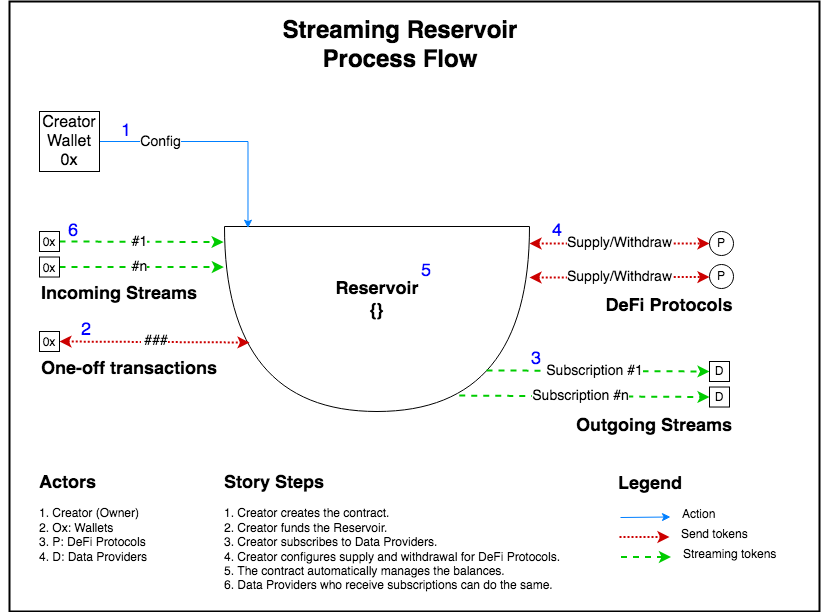
Above: assets/reservoirflow.png in chaine-io/reservoir (draw.io), before the change. Source tidied: cells renumbered, new cells last; positions are measured from the earlier drawing's top-left corner, leaving out a move shared by most shapes.
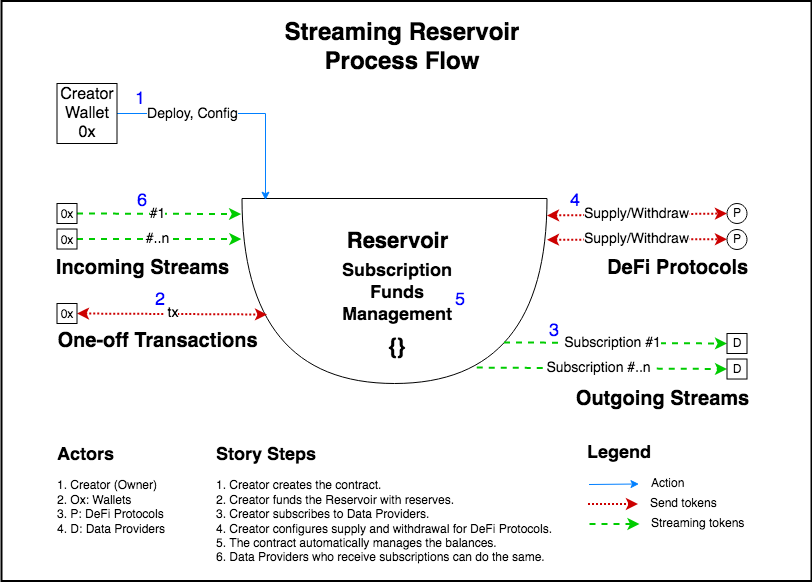
Above is the later version.

Commit message:
Fine tune flow diagram

The edit, as a diff of the source:
```diff
@@ -3,37 +3,39 @@
     <mxCell id="0" />
     <mxCell id="1" parent="0" />
     <mxCell id="2" style="rounded=0;whiteSpace=wrap;html=1;strokeWidth=2;fillColor=none;strokeColor=default;" parent="1" vertex="1">
-      <mxGeometry x="9" width="810" height="610" as="geometry" />
+      <mxGeometry x="-321" y="27.5" width="810" height="580" as="geometry" />
     </mxCell>
     <mxCell id="3" value="&lt;div style=&quot;font-size: 18px&quot; align=&quot;left&quot;&gt;&lt;font style=&quot;font-size: 18px&quot; color=&quot;#0000FF&quot;&gt;1&lt;/font&gt;&lt;/div&gt;" style="text;html=1;strokeColor=none;fillColor=none;align=left;verticalAlign=middle;whiteSpace=wrap;rounded=0;" parent="1" vertex="1">
-      <mxGeometry x="119" y="120" width="20" height="20" as="geometry" />
+      <mxGeometry x="-189.5" y="116" width="20" height="20" as="geometry" />
     </mxCell>
     <mxCell id="4" value="&lt;font style=&quot;font-size: 18px&quot; color=&quot;#0000FF&quot;&gt;2&lt;/font&gt;" style="text;html=1;strokeColor=none;fillColor=none;align=left;verticalAlign=middle;whiteSpace=wrap;rounded=0;" parent="1" vertex="1">
-      <mxGeometry x="79" y="319" width="30" height="20" as="geometry" />
+      <mxGeometry x="-169.5" y="317" width="20" height="20" as="geometry" />
     </mxCell>
     <mxCell id="5" value="&lt;font style=&quot;font-size: 18px&quot; color=&quot;#0000FF&quot;&gt;3&lt;/font&gt;" style="text;html=1;strokeColor=none;fillColor=none;align=left;verticalAlign=middle;whiteSpace=wrap;rounded=0;" parent="1" vertex="1">
-      <mxGeometry x="529" y="343" width="20" height="30" as="geometry" />
+      <mxGeometry x="224.5" y="343" width="20" height="30" as="geometry" />
     </mxCell>
     <mxCell id="6" value="&lt;font style=&quot;font-size: 18px&quot; color=&quot;#0000FF&quot;&gt;4&lt;/font&gt;" style="text;html=1;strokeColor=none;fillColor=none;align=left;verticalAlign=middle;whiteSpace=wrap;rounded=0;" parent="1" vertex="1">
-      <mxGeometry x="550" y="220" width="20" height="20" as="geometry" />
+      <mxGeometry x="245.5" y="218" width="20" height="20" as="geometry" />
     </mxCell>
     <mxCell id="7" value="&lt;font style=&quot;font-size: 18px&quot; color=&quot;#0000FF&quot;&gt;5, 6b&lt;/font&gt;" style="text;html=1;strokeColor=none;fillColor=none;align=left;verticalAlign=middle;whiteSpace=wrap;rounded=0;" parent="1" vertex="1">
-      <mxGeometry x="279" y="250" width="60" height="20" as="geometry" />
+      <mxGeometry x="-25.5" y="250" width="60" height="20" as="geometry" />
     </mxCell>
     <mxCell id="8" value="&lt;font style=&quot;font-size: 18px&quot; color=&quot;#0000FF&quot;&gt;6&lt;/font&gt;" style="text;html=1;strokeColor=none;fillColor=none;align=left;verticalAlign=middle;whiteSpace=wrap;rounded=0;" parent="1" vertex="1">
-      <mxGeometry x="65.8" y="220" width="33.2" height="20" as="geometry" />
+      <mxGeometry x="-186.8" y="218" width="23.2" height="20" as="geometry" />
     </mxCell>
     <mxCell id="9" style="shape=or;whiteSpace=wrap;html=1;rotation=90;" parent="1" vertex="1">
-      <mxGeometry x="284" y="165" width="185" height="305" as="geometry" />
+      <mxGeometry x="-20.5" y="165" width="185" height="305" as="geometry" />
     </mxCell>
     <mxCell id="10" style="edgeStyle=orthogonalEdgeStyle;rounded=0;jettySize=auto;html=1;exitX=1;exitY=0.5;exitDx=0;exitDy=0;entryX=0.009;entryY=0.923;entryDx=0;entryDy=0;entryPerimeter=0;strokeColor=#007FFF;" parent="1" edge="1" source="12" target="9">
       <mxGeometry relative="1" as="geometry" />
     </mxCell>
-    <mxCell id="11" value="&lt;font style=&quot;font-size: 14px&quot;&gt;Config&lt;br&gt;&lt;/font&gt;" style="edgeLabel;html=1;align=center;verticalAlign=middle;" parent="10" vertex="1">
-      <mxGeometry x="-0.49" relative="1" as="geometry" />
+    <mxCell id="11" value="&lt;font style=&quot;font-size: 14px&quot;&gt;Deploy, Config&lt;br&gt;&lt;/font&gt;" style="edgeLabel;html=1;align=center;verticalAlign=middle;" parent="10" vertex="1">
+      <mxGeometry x="-0.49" relative="1" as="geometry">
+        <mxPoint x="15" as="offset" />
+      </mxGeometry>
     </mxCell>
     <mxCell id="12" value="&lt;font style=&quot;font-size: 16px&quot;&gt;&lt;font style=&quot;font-size: 16px&quot;&gt;Creator Wallet&lt;/font&gt;&lt;br&gt;0x&lt;/font&gt;&lt;font style=&quot;font-size: 16px&quot;&gt;&lt;font style=&quot;font-size: 16px&quot;&gt;&lt;br&gt;&lt;/font&gt;&lt;/font&gt;" style="rounded=0;whiteSpace=wrap;html=1;" parent="1" vertex="1">
-      <mxGeometry x="39" y="110" width="60" height="60" as="geometry" />
+      <mxGeometry x="-265.5" y="110" width="60" height="60" as="geometry" />
     </mxCell>
     <mxCell id="13" style="endArrow=classic;html=1;dashed=1;strokeColor=#00CC00;strokeWidth=2;exitX=1;exitY=0.5;exitDx=0;exitDy=0;entryX=0.084;entryY=1.003;entryDx=0;entryDy=0;entryPerimeter=0;" parent="1" edge="1" source="23" target="9">
       <mxGeometry relative="1" as="geometry" />
@@ -44,55 +46,40 @@
     <mxCell id="15" style="endArrow=classic;html=1;dashed=1;strokeColor=#00CC00;strokeWidth=2;exitX=1;exitY=0.5;exitDx=0;exitDy=0;entryX=0.219;entryY=1.002;entryDx=0;entryDy=0;entryPerimeter=0;" parent="1" edge="1" source="22" target="9">
       <mxGeometry relative="1" as="geometry" />
     </mxCell>
-    <mxCell id="16" value="&lt;font style=&quot;font-size: 14px&quot;&gt;#n&lt;/font&gt;" style="edgeLabel;html=1;align=center;verticalAlign=middle;" parent="15" vertex="1">
+    <mxCell id="16" value="&lt;font style=&quot;font-size: 14px&quot;&gt;#..n&lt;/font&gt;" style="edgeLabel;html=1;align=center;verticalAlign=middle;" parent="15" vertex="1">
       <mxGeometry x="-0.03" relative="1" as="geometry" />
     </mxCell>
     <mxCell id="17" value="&lt;h1 align=&quot;center&quot;&gt;Streaming Reservoir&lt;br&gt;Process Flow&lt;br&gt;&lt;/h1&gt;&lt;p align=&quot;center&quot;&gt;&lt;br&gt;&lt;br&gt;&lt;/p&gt;" style="text;html=1;strokeColor=none;fillColor=none;spacing=5;spacingTop=-20;whiteSpace=wrap;overflow=hidden;rounded=0;hachureGap=4;align=center;" parent="1" vertex="1">
-      <mxGeometry y="10" width="800" height="70" as="geometry" />
+      <mxGeometry x="-320.5" y="40" width="800" height="70" as="geometry" />
     </mxCell>
-    <mxCell id="18" value="&lt;div align=&quot;left&quot;&gt;&lt;h4&gt;&lt;font style=&quot;font-size: 14px;&quot;&gt;&lt;b&gt;&lt;font style=&quot;font-size: 18px&quot;&gt;Incoming Streams&lt;/font&gt;&lt;/b&gt;&lt;/font&gt;&lt;/h4&gt;&lt;/div&gt;" style="text;html=1;strokeColor=none;fillColor=none;align=center;verticalAlign=middle;whiteSpace=wrap;rounded=0;" parent="1" vertex="1">
-      <mxGeometry x="39" y="283" width="160" height="20" as="geometry" />
-    </mxCell>
-    <mxCell id="19" value="&amp;nbsp;&lt;font style=&quot;font-size: 14px&quot;&gt;###&lt;br&gt;&lt;/font&gt;" style="startArrow=classic;endArrow=classic;html=1;strokeColor=#CC0000;strokeWidth=2;dashed=1;dashPattern=1 1;exitX=1;exitY=0.5;exitDx=0;exitDy=0;" parent="1" edge="1" source="21">
+    <mxCell id="19" value="&amp;nbsp;&lt;font style=&quot;font-size: 14px&quot;&gt;tx&lt;br&gt;&lt;/font&gt;" style="startArrow=classic;endArrow=classic;html=1;strokeColor=#CC0000;strokeWidth=2;dashed=1;dashPattern=1 1;exitX=1;exitY=0.5;exitDx=0;exitDy=0;" parent="1" edge="1" source="21">
       <mxGeometry relative="1" as="geometry">
-        <mxPoint x="249" y="341" as="targetPoint" />
+        <mxPoint x="-55.5" y="341" as="targetPoint" />
       </mxGeometry>
     </mxCell>
-    <mxCell id="20" value="&lt;div align=&quot;left&quot;&gt;&lt;h4&gt;&lt;b&gt;&lt;font style=&quot;font-size: 18px&quot;&gt;One-off transactions&lt;br&gt;&lt;/font&gt;&lt;/b&gt;&lt;/h4&gt;&lt;/div&gt;" style="text;html=1;strokeColor=none;fillColor=none;align=center;verticalAlign=middle;whiteSpace=wrap;rounded=0;" parent="1" vertex="1">
-      <mxGeometry x="39" y="358" width="180" height="20" as="geometry" />
-    </mxCell>
     <mxCell id="21" value="&lt;font style=&quot;font-size: 12px;&quot;&gt;0x&lt;/font&gt;&lt;font style=&quot;font-size: 16px&quot;&gt;&lt;font style=&quot;font-size: 16px&quot;&gt;&lt;br&gt;&lt;/font&gt;&lt;/font&gt;" style="rounded=0;whiteSpace=wrap;html=1;" parent="1" vertex="1">
-      <mxGeometry x="39" y="330" width="20" height="20" as="geometry" />
+      <mxGeometry x="-265.5" y="330" width="20" height="20" as="geometry" />
     </mxCell>
     <mxCell id="22" value="&lt;font style=&quot;font-size: 12px;&quot;&gt;0x&lt;/font&gt;&lt;font style=&quot;font-size: 16px&quot;&gt;&lt;font style=&quot;font-size: 16px&quot;&gt;&lt;br&gt;&lt;/font&gt;&lt;/font&gt;" style="rounded=0;whiteSpace=wrap;html=1;" parent="1" vertex="1">
-      <mxGeometry x="39" y="255.5" width="20" height="20" as="geometry" />
+      <mxGeometry x="-265.5" y="255.5" width="20" height="20" as="geometry" />
     </mxCell>
     <mxCell id="23" value="&lt;font style=&quot;font-size: 12px;&quot;&gt;0x&lt;/font&gt;&lt;font style=&quot;font-size: 16px&quot;&gt;&lt;font style=&quot;font-size: 16px&quot;&gt;&lt;br&gt;&lt;/font&gt;&lt;/font&gt;" style="rounded=0;whiteSpace=wrap;html=1;" parent="1" vertex="1">
-      <mxGeometry x="39" y="230" width="20" height="20" as="geometry" />
+      <mxGeometry x="-265.5" y="230" width="20" height="20" as="geometry" />
     </mxCell>
     <mxCell id="24" value="&lt;font style=&quot;font-size: 12px;&quot;&gt;P&lt;/font&gt;" style="ellipse;whiteSpace=wrap;html=1;" parent="1" vertex="1">
-      <mxGeometry x="709" y="230" width="24" height="24" as="geometry" />
+      <mxGeometry x="404.5" y="230" width="20" height="20" as="geometry" />
     </mxCell>
-    <mxCell id="25" value="&lt;font style=&quot;font-size: 12px;&quot;&gt;P&lt;/font&gt;" style="ellipse;whiteSpace=wrap;html=1;" parent="1" vertex="1">
-      <mxGeometry x="709" y="263" width="24" height="24" as="geometry" />
-    </mxCell>
     <mxCell id="26" value="&lt;font style=&quot;font-size: 14px&quot;&gt;Supply/Withdraw&lt;br&gt;&lt;/font&gt;" style="startArrow=classic;endArrow=classic;html=1;strokeColor=#CC0000;strokeWidth=2;dashed=1;dashPattern=1 1;entryX=0;entryY=0.5;entryDx=0;entryDy=0;" parent="1" edge="1" target="24">
       <mxGeometry relative="1" as="geometry">
-        <mxPoint x="529" y="242" as="sourcePoint" />
+        <mxPoint x="224.5" y="242" as="sourcePoint" />
       </mxGeometry>
     </mxCell>
     <mxCell id="27" value="&lt;font style=&quot;font-size: 14px&quot;&gt;Supply/Withdraw&lt;/font&gt;" style="startArrow=classic;endArrow=classic;html=1;strokeColor=#CC0000;strokeWidth=2;dashed=1;dashPattern=1 1;entryX=0;entryY=0.5;entryDx=0;entryDy=0;" parent="1" edge="1">
       <mxGeometry relative="1" as="geometry">
-        <mxPoint x="529" y="276" as="sourcePoint" />
-        <mxPoint x="709" y="275.5" as="targetPoint" />
+        <mxPoint x="224.5" y="266.2" as="sourcePoint" />
+        <mxPoint x="404.5" y="265.8" as="targetPoint" />
       </mxGeometry>
     </mxCell>
-    <mxCell id="28" value="&lt;div align=&quot;right&quot;&gt;&lt;h4&gt;&lt;b&gt;&lt;font style=&quot;font-size: 18px&quot;&gt;DeFi Protocols&lt;br&gt;&lt;/font&gt;&lt;/b&gt;&lt;/h4&gt;&lt;/div&gt;" style="text;html=1;strokeColor=none;fillColor=none;align=center;verticalAlign=middle;whiteSpace=wrap;rounded=0;" parent="1" vertex="1">
-      <mxGeometry x="589" y="295" width="160" height="20" as="geometry" />
-    </mxCell>
-    <mxCell id="29" value="&lt;h2&gt;&lt;font style=&quot;font-size: 14px;&quot;&gt;&lt;b&gt;&lt;font style=&quot;font-size: 18px&quot;&gt;Reservoir&lt;br&gt;{}&lt;/font&gt;&lt;/b&gt;&lt;/font&gt;&lt;/h2&gt;" style="text;html=1;strokeColor=none;fillColor=none;align=center;verticalAlign=middle;whiteSpace=wrap;rounded=0;" parent="1" vertex="1">
-      <mxGeometry x="326.5" y="280" width="100" height="37" as="geometry" />
-    </mxCell>
     <mxCell id="30" style="endArrow=classic;html=1;dashed=1;strokeColor=#00CC00;strokeWidth=2;exitX=0.778;exitY=0.141;exitDx=0;exitDy=0;entryX=0;entryY=0.5;entryDx=0;entryDy=0;exitPerimeter=0;" parent="1" edge="1" source="9" target="35">
       <mxGeometry relative="1" as="geometry" />
     </mxCell>
@@ -102,56 +89,74 @@
     <mxCell id="32" style="endArrow=classic;html=1;dashed=1;strokeColor=#00CC00;strokeWidth=2;exitX=0.914;exitY=0.23;exitDx=0;exitDy=0;entryX=0;entryY=0.5;entryDx=0;entryDy=0;exitPerimeter=0;" parent="1" edge="1" source="9" target="36">
       <mxGeometry relative="1" as="geometry" />
     </mxCell>
-    <mxCell id="33" value="&lt;font style=&quot;font-size: 14px&quot;&gt;&lt;font style=&quot;font-size: 14px&quot;&gt;Subscription #&lt;/font&gt;n&lt;/font&gt;" style="edgeLabel;html=1;align=center;verticalAlign=middle;" parent="32" vertex="1">
+    <mxCell id="33" value="&lt;font style=&quot;font-size: 14px&quot;&gt;&lt;font style=&quot;font-size: 14px&quot;&gt;Subscription #&lt;/font&gt;..n&lt;/font&gt;" style="edgeLabel;html=1;align=center;verticalAlign=middle;" parent="32" vertex="1">
       <mxGeometry x="-0.03" relative="1" as="geometry" />
     </mxCell>
-    <mxCell id="34" value="&lt;div align=&quot;left&quot;&gt;&lt;h4&gt;&lt;b&gt;&lt;font style=&quot;font-size: 18px&quot;&gt;Outgoing Streams&lt;br&gt;&lt;/font&gt;&lt;/b&gt;&lt;/h4&gt;&lt;/div&gt;" style="text;html=1;strokeColor=none;fillColor=none;align=center;verticalAlign=middle;whiteSpace=wrap;rounded=0;" parent="1" vertex="1">
-      <mxGeometry x="549" y="415" width="210" height="20" as="geometry" />
-    </mxCell>
     <mxCell id="35" value="D" style="rounded=0;whiteSpace=wrap;html=1;" parent="1" vertex="1">
-      <mxGeometry x="709" y="360" width="20" height="20" as="geometry" />
+      <mxGeometry x="404.5" y="360" width="20" height="20" as="geometry" />
     </mxCell>
     <mxCell id="36" value="D" style="rounded=0;whiteSpace=wrap;html=1;" parent="1" vertex="1">
-      <mxGeometry x="709" y="385.5" width="20" height="20" as="geometry" />
+      <mxGeometry x="404.5" y="385.5" width="20" height="20" as="geometry" />
     </mxCell>
     <mxCell id="37" value="&lt;b&gt;&lt;font style=&quot;font-size: 18px&quot;&gt;Legend&lt;/font&gt;&lt;/b&gt;" style="text;html=1;strokeColor=none;fillColor=none;align=center;verticalAlign=middle;whiteSpace=wrap;rounded=0;" parent="1" vertex="1">
-      <mxGeometry x="630" y="473" width="40" height="20" as="geometry" />
+      <mxGeometry x="276.5" y="470" width="40" height="20" as="geometry" />
     </mxCell>
     <mxCell id="38" style="endArrow=classic;html=1;dashed=1;strokeColor=#00CC00;strokeWidth=2;" parent="1" edge="1">
       <mxGeometry relative="1" as="geometry">
-        <mxPoint x="620.5" y="555.5" as="sourcePoint" />
-        <mxPoint x="670.5" y="555.5" as="targetPoint" />
+        <mxPoint x="267" y="550.5" as="sourcePoint" />
+        <mxPoint x="317" y="550.5" as="targetPoint" />
       </mxGeometry>
     </mxCell>
     <mxCell id="39" value="&lt;div align=&quot;left&quot;&gt;Streaming tokens&lt;/div&gt;" style="text;html=1;strokeColor=none;fillColor=none;align=left;verticalAlign=middle;whiteSpace=wrap;rounded=0;" parent="1" vertex="1">
-      <mxGeometry x="680.5" y="543" width="99" height="20" as="geometry" />
+      <mxGeometry x="327" y="540" width="99" height="20" as="geometry" />
     </mxCell>
     <mxCell id="40" style="endArrow=classic;html=1;strokeColor=#007FFF;" parent="1" edge="1">
       <mxGeometry relative="1" as="geometry">
-        <mxPoint x="620" y="516" as="sourcePoint" />
-        <mxPoint x="670" y="515.5" as="targetPoint" />
+        <mxPoint x="266.5" y="511" as="sourcePoint" />
+        <mxPoint x="316.5" y="510.5" as="targetPoint" />
       </mxGeometry>
     </mxCell>
     <mxCell id="41" value="&lt;div&gt;Action&lt;/div&gt;" style="text;html=1;strokeColor=none;fillColor=none;align=left;verticalAlign=middle;whiteSpace=wrap;rounded=0;" parent="1" vertex="1">
-      <mxGeometry x="680" y="503" width="40" height="20" as="geometry" />
+      <mxGeometry x="326.5" y="500" width="40" height="20" as="geometry" />
     </mxCell>
     <mxCell id="42" style="endArrow=classic;html=1;strokeColor=#CC0000;strokeWidth=2;dashed=1;dashPattern=1 1;" parent="1" edge="1">
       <mxGeometry relative="1" as="geometry">
-        <mxPoint x="619" y="535.5" as="sourcePoint" />
-        <mxPoint x="669" y="535.5" as="targetPoint" />
+        <mxPoint x="265.5" y="530.5" as="sourcePoint" />
+        <mxPoint x="315.5" y="530.5" as="targetPoint" />
       </mxGeometry>
     </mxCell>
     <mxCell id="43" value="Send tokens" style="text;html=1;strokeColor=none;fillColor=none;align=left;verticalAlign=middle;whiteSpace=wrap;rounded=0;" parent="1" vertex="1">
-      <mxGeometry x="679" y="523" width="70" height="20" as="geometry" />
+      <mxGeometry x="325.5" y="520" width="70" height="20" as="geometry" />
     </mxCell>
     <mxCell id="44" value="&lt;h1 style=&quot;font-size: 18px&quot;&gt;Actors&lt;br&gt;&lt;/h1&gt;&lt;p&gt;1. Creator (Owner)&lt;br&gt;2. Ox: Wallets&lt;br&gt;3. P: DeFi Protocols&lt;br&gt;4. D: Data Providers&lt;br&gt;&lt;br&gt;&lt;/p&gt;" style="text;html=1;strokeColor=none;fillColor=none;spacing=5;spacingTop=-20;whiteSpace=wrap;overflow=hidden;rounded=0;hachureGap=4;" parent="1" vertex="1">
-      <mxGeometry x="34" y="470" width="170" height="120" as="geometry" />
+      <mxGeometry x="-270.5" y="470" width="170" height="120" as="geometry" />
     </mxCell>
-    <mxCell id="45" value="&lt;h1 style=&quot;font-size: 18px&quot;&gt;Story Steps&lt;br&gt;&lt;/h1&gt;&lt;p&gt;1. Creator creates the contract. &lt;br&gt;2. Creator funds the Reservoir.&lt;br&gt;3. Creator subscribes to Data Providers.&lt;br&gt;4. Creator configures supply and withdrawal for DeFi Protocols.&lt;br&gt;5. The contract automatically manages the balances.&lt;br&gt;6. Data Providers who receive subscriptions can do the same.&lt;br&gt;&lt;br&gt;&lt;/p&gt;" style="text;html=1;strokeColor=none;fillColor=none;spacing=5;spacingTop=-20;whiteSpace=wrap;overflow=hidden;rounded=0;hachureGap=4;" parent="1" vertex="1">
-      <mxGeometry x="219" y="470" width="351" height="130" as="geometry" />
+    <mxCell id="45" value="&lt;h1 style=&quot;font-size: 18px&quot;&gt;Story Steps&lt;br&gt;&lt;/h1&gt;&lt;p&gt;1. Creator creates the contract. &lt;br&gt;2. Creator funds the Reservoir with reserves.&lt;br&gt;3. Creator subscribes to Data Providers.&lt;br&gt;4. Creator configures supply and withdrawal for DeFi Protocols.&lt;br&gt;5. The contract automatically manages the balances.&lt;br&gt;6. Data Providers who receive subscriptions can do the same.&lt;br&gt;&lt;br&gt;&lt;/p&gt;" style="text;html=1;strokeColor=none;fillColor=none;spacing=5;spacingTop=-20;whiteSpace=wrap;overflow=hidden;rounded=0;hachureGap=4;" parent="1" vertex="1">
+      <mxGeometry x="-111" y="470" width="351" height="130" as="geometry" />
     </mxCell>
     <mxCell id="46" value="&lt;font style=&quot;font-size: 18px&quot; color=&quot;#0000FF&quot;&gt;5&lt;/font&gt;" style="text;html=1;strokeColor=none;fillColor=none;align=left;verticalAlign=middle;whiteSpace=wrap;rounded=0;" parent="1" vertex="1">
-      <mxGeometry x="419" y="260" width="33.2" height="20" as="geometry" />
+      <mxGeometry x="131.2" y="317" width="33.2" height="20" as="geometry" />
     </mxCell>
+    <mxCell id="29" value="&lt;h1 style=&quot;font-size: 18px&quot;&gt;&lt;font style=&quot;font-size: 22px;&quot;&gt;Reservoir&lt;br&gt;&lt;br&gt;&lt;br&gt;&lt;br&gt;{}&lt;/font&gt;&lt;br&gt;&lt;/h1&gt;" style="text;html=1;align=center;verticalAlign=middle;strokeColor=none;fillColor=none;fontSize=20;" parent="1" vertex="1">
+      <mxGeometry x="15" y="246.5" width="120" height="150" as="geometry" />
+    </mxCell>
+    <mxCell id="25" value="&lt;font style=&quot;font-size: 12px;&quot;&gt;P&lt;/font&gt;" style="ellipse;whiteSpace=wrap;html=1;" parent="1" vertex="1">
+      <mxGeometry x="404.5" y="256" width="20" height="20" as="geometry" />
+    </mxCell>
+    <mxCell id="47" value="&lt;h1 style=&quot;font-size: 18px&quot;&gt;&lt;font style=&quot;font-size: 20px;&quot;&gt;Incoming Streams&lt;br&gt;&lt;/font&gt;&lt;/h1&gt;" style="text;html=1;align=center;verticalAlign=middle;strokeColor=none;fillColor=none;fontSize=20;" parent="1" vertex="1">
+      <mxGeometry x="-275.5" y="270" width="190" height="50" as="geometry" />
+    </mxCell>
+    <mxCell id="34" value="&lt;h1 style=&quot;font-size: 18px&quot;&gt;&lt;font style=&quot;font-size: 20px;&quot;&gt;Outgoing Streams&lt;br&gt;&lt;/font&gt;&lt;/h1&gt;" style="text;html=1;align=center;verticalAlign=middle;strokeColor=none;fillColor=none;fontSize=20;" parent="1" vertex="1">
+      <mxGeometry x="244.5" y="401" width="190" height="50" as="geometry" />
+    </mxCell>
+    <mxCell id="48" value="&lt;h1 style=&quot;font-size: 18px&quot;&gt;&lt;font style=&quot;font-size: 20px;&quot;&gt;One-off Transactions&lt;br&gt;&lt;/font&gt;&lt;/h1&gt;" style="text;html=1;align=center;verticalAlign=middle;strokeColor=none;fillColor=none;fontSize=20;" parent="1" vertex="1">
+      <mxGeometry x="-275.5" y="343" width="220" height="50" as="geometry" />
+    </mxCell>
+    <mxCell id="28" value="&lt;h1 style=&quot;font-size: 18px&quot;&gt;&lt;font style=&quot;font-size: 20px;&quot;&gt;DeFi Protocols&lt;br&gt;&lt;/font&gt;&lt;/h1&gt;" style="text;html=1;align=center;verticalAlign=middle;strokeColor=none;fillColor=none;fontSize=20;" parent="1" vertex="1">
+      <mxGeometry x="274.5" y="269.5" width="160" height="50" as="geometry" />
+    </mxCell>
+    <mxCell id="18" value="&lt;div align=&quot;center&quot;&gt;&lt;h4&gt;&lt;font style=&quot;font-size: 10px;&quot;&gt;&lt;b&gt;&lt;font style=&quot;font-size: 18px&quot;&gt;Subscription Funds Management&lt;br&gt;&lt;/font&gt;&lt;/b&gt;&lt;/font&gt;&lt;/h4&gt;&lt;/div&gt;" style="text;html=1;strokeColor=none;fillColor=none;align=center;verticalAlign=middle;whiteSpace=wrap;rounded=0;" parent="1" vertex="1">
+      <mxGeometry x="-5" y="309.5" width="160" height="20" as="geometry" />
+    </mxCell>
   </root>
 </mxGraphModel>
```
